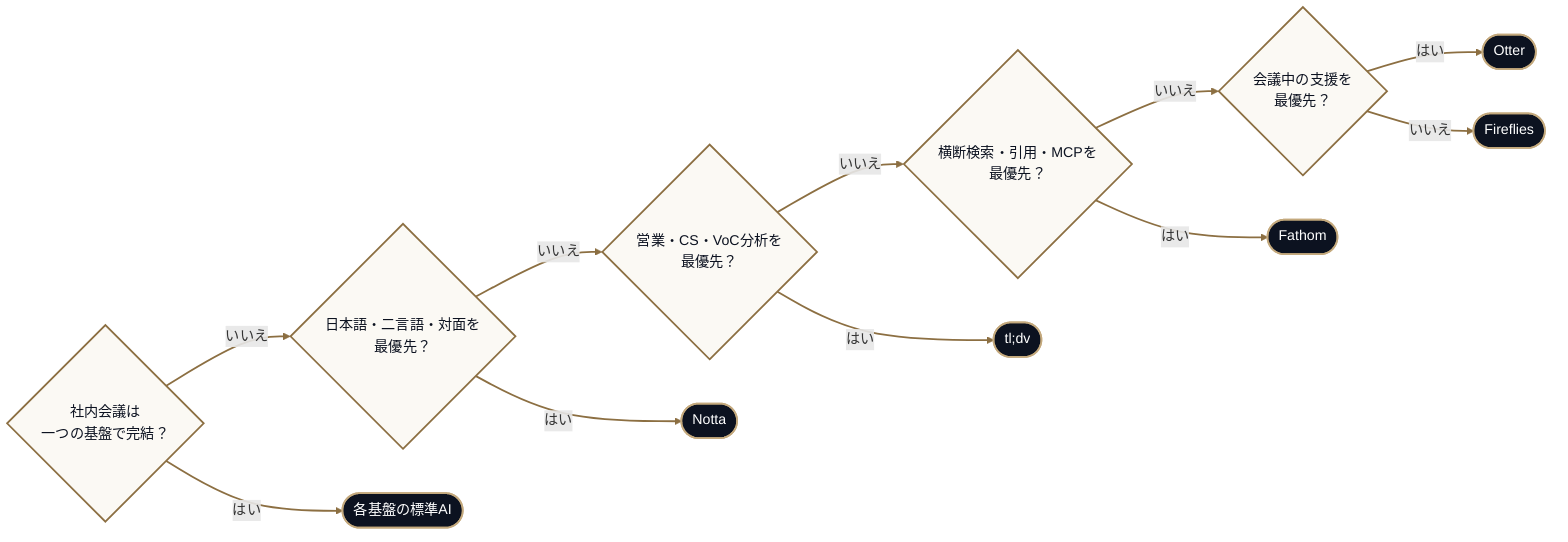
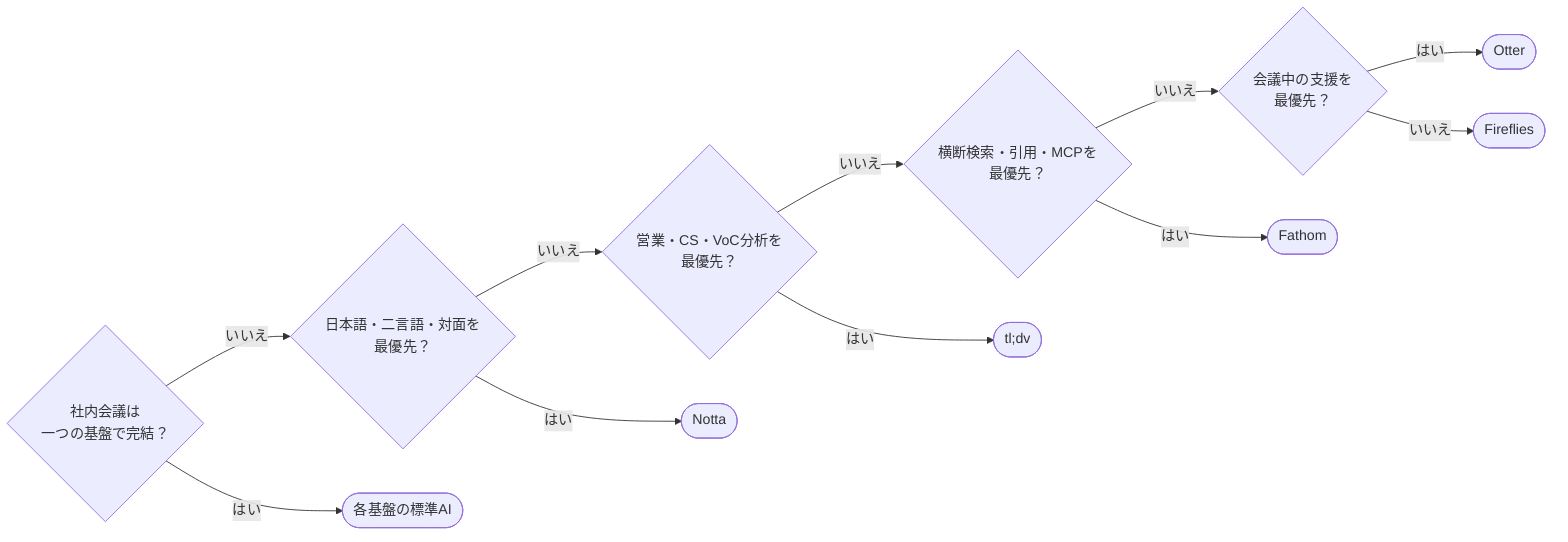
flowchart LR
  Q1{"社内会議は<br/>一つの基盤で完結？"}
  Q2{"日本語・二言語・対面を<br/>最優先？"}
  Q3{"営業・CS・VoC分析を<br/>最優先？"}
  Q4{"横断検索・引用・MCPを<br/>最優先？"}
  Q5{"会議中の支援を<br/>最優先？"}

  STANDARD(["各基盤の標準AI"])
  NOTTA(["Notta"])
  TLDV(["tl;dv"])
  FATHOM(["Fathom"])
  OTTER(["Otter"])
  FIREFLIES(["Fireflies"])

  Q1 -->|はい| STANDARD
  Q1 -->|いいえ| Q2
  Q2 -->|はい| NOTTA
  Q2 -->|いいえ| Q3
  Q3 -->|はい| TLDV
  Q3 -->|いいえ| Q4
  Q4 -->|はい| FATHOM
  Q4 -->|いいえ| Q5
  Q5 -->|はい| OTTER
  Q5 -->|いいえ| FIREFLIES
- 
-   classDef decision fill:#fbf9f4,stroke:#8c6f42,color:#0c1220,stroke-width:2px;
-   classDef result fill:#0c1220,stroke:#c4a97d,color:#ffffff,stroke-width:2px;
-   class Q1,Q2,Q3,Q4,Q5 decision;
-   class STANDARD,NOTTA,TLDV,FATHOM,OTTER,FIREFLIES result;
-   linkStyle default stroke:#8c6f42,stroke-width:2px;
